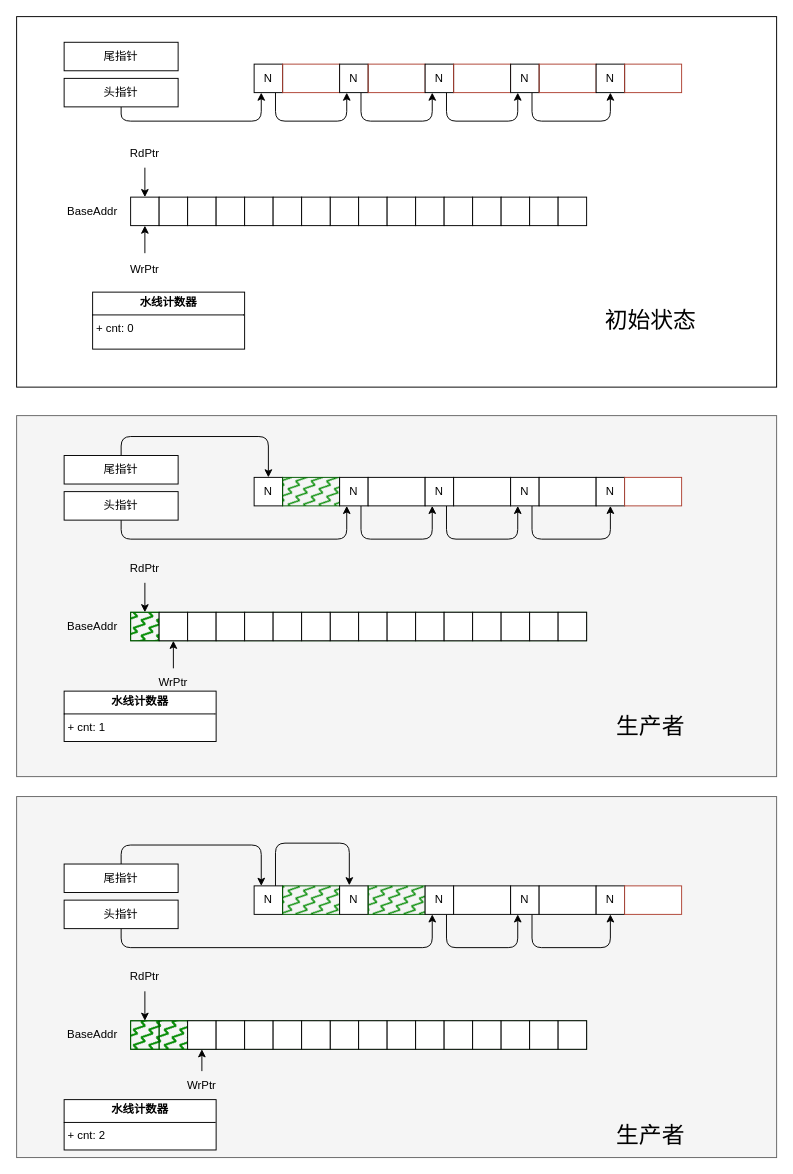
The draw.io diagram page "Flow" (2 of 2) of qtv2.drawio in joliet0l/Diagram, before the edit. Source tidied: cells renumbered, new cells numbered last; positions are measured from the earlier drawing's top-left corner, leaving out a move shared by most shapes. Both pictures are drawn from the tidied source at 95%, with x=0, y=0 at pixel (16, 16).
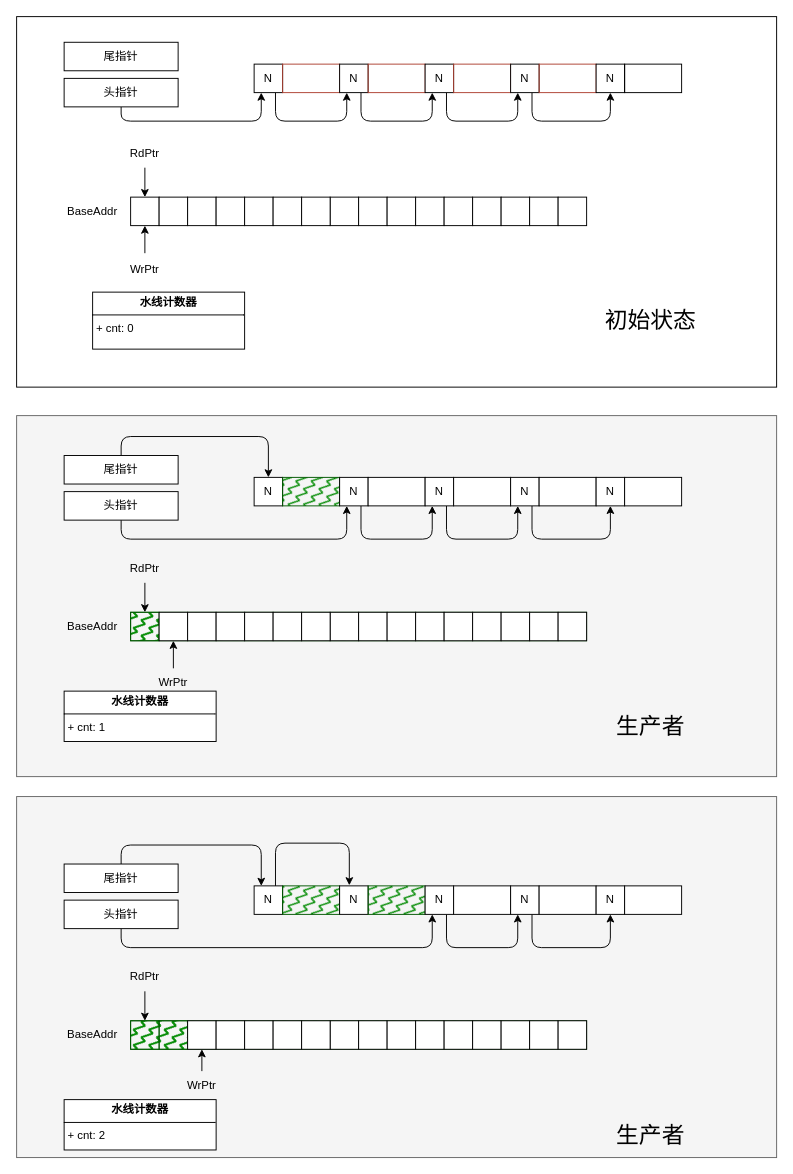
After the change.

Diff of the diagram source:
```diff
@@
-    <mxCell id="39" style="rounded=0;whiteSpace=wrap;html=1;fillStyle=zigzag-line;fillColor=none;strokeColor=#ae4132;" parent="1" vertex="1">
+    <mxCell id="39" style="rounded=0;whiteSpace=wrap;html=1;fillStyle=zigzag-line;fillColor=none;strokeColor=#000000;" parent="1" vertex="1">
       <mxGeometry x="640" y="50" width="60" height="30" as="geometry" />
     </mxCell>
@@
-    <mxCell id="79" style="rounded=0;whiteSpace=wrap;html=1;fillStyle=solid;fillColor=default;strokeColor=#ae4132;" parent="1" vertex="1">
+    <mxCell id="79" style="rounded=0;whiteSpace=wrap;html=1;fillStyle=solid;fillColor=default;strokeColor=#000000;" parent="1" vertex="1">
       <mxGeometry x="640" y="485" width="60" height="30" as="geometry" />
     </mxCell>
@@
-    <mxCell id="121" style="rounded=0;whiteSpace=wrap;html=1;fillStyle=solid;fillColor=default;strokeColor=#ae4132;" parent="1" vertex="1">
+    <mxCell id="121" style="rounded=0;whiteSpace=wrap;html=1;fillStyle=solid;fillColor=default;strokeColor=#000000;" parent="1" vertex="1">
       <mxGeometry x="640" y="915" width="60" height="30" as="geometry" />
     </mxCell>
```
